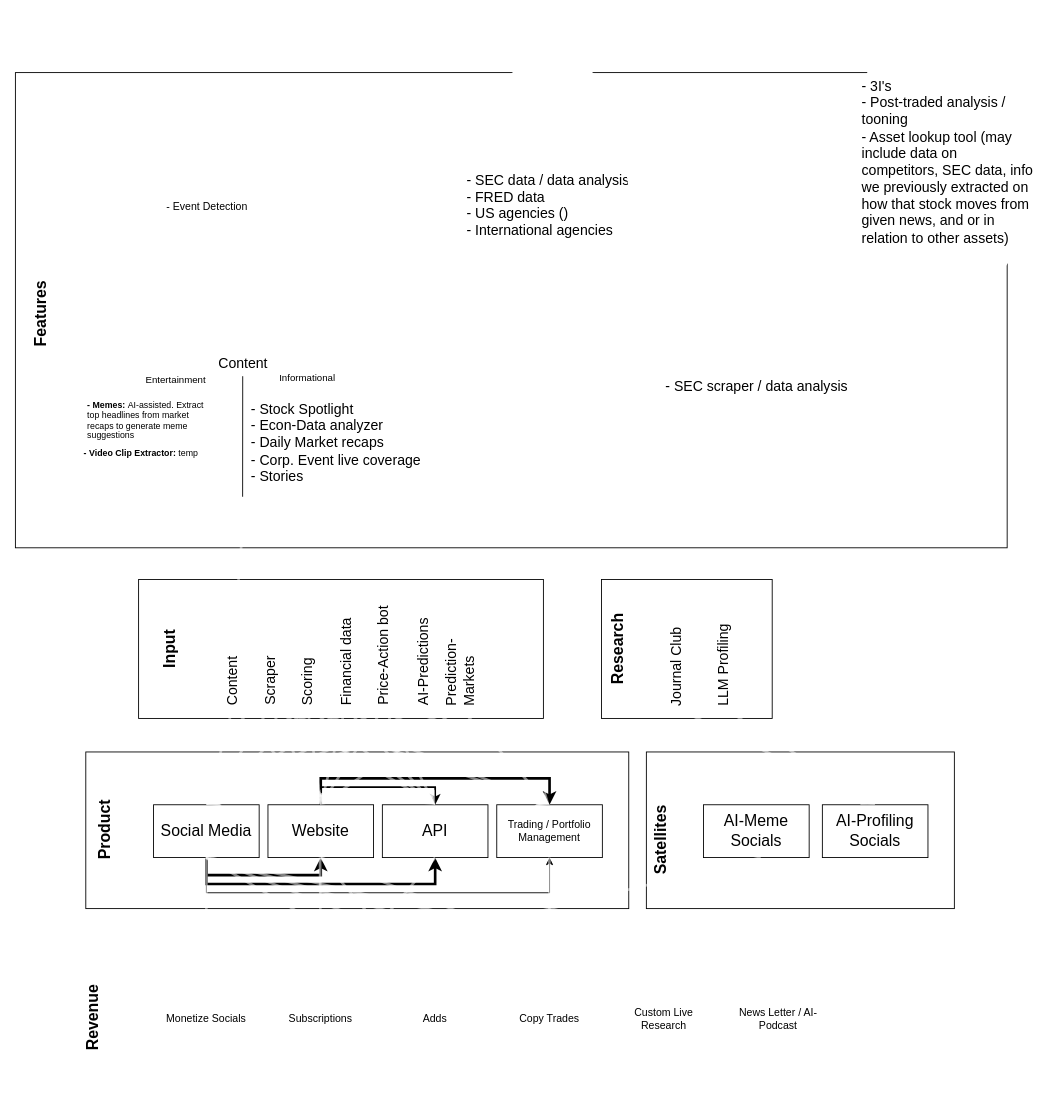
WillsHarris/Polaron_Claude_2024_contest keeps this draw.io diagram as Untitled Diagram.drawio. Above is the earlier version. Source tidied: cells renumbered, new cells numbered last; positions are measured from the earlier drawing's top-left corner, leaving out a move shared by most shapes. Both pictures are drawn from the tidied source at 88%, with x=0, y=0 at pixel (-191, 15).
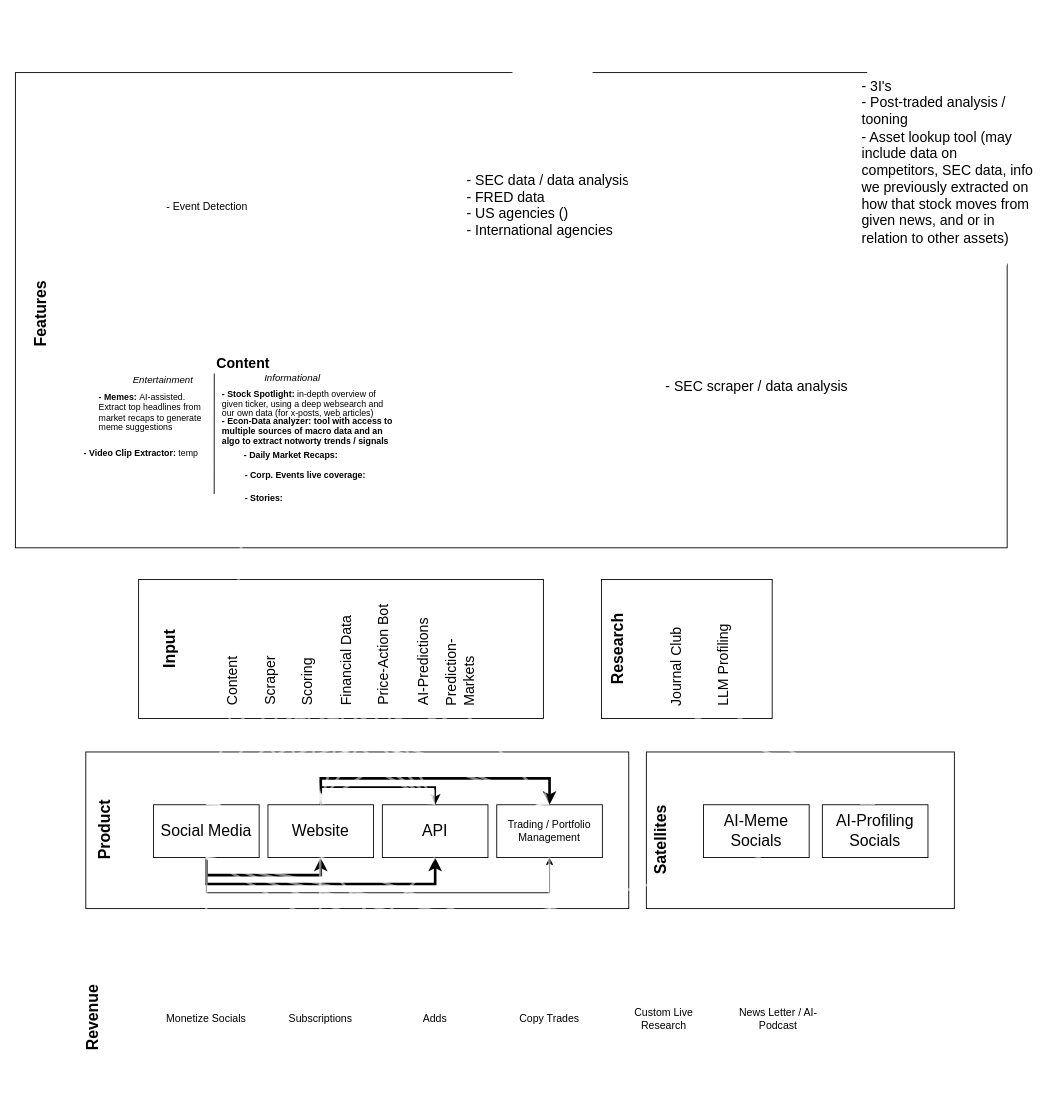
Above is the later version.

The edit, as a diff of the source:
```diff
@@
-    <mxCell id="30" value="&lt;div&gt;- Stock Spotlight&lt;/div&gt;&lt;div&gt;- Econ-Data analyzer&lt;/div&gt;&lt;div&gt;- Daily Market recaps&lt;/div&gt;&lt;div&gt;- Corp. Event live coverage&lt;/div&gt;&lt;div&gt;- Stories&lt;/div&gt;&lt;div&gt;&lt;br&gt;&lt;/div&gt;" style="text;html=1;whiteSpace=wrap;strokeColor=none;fillColor=none;align=left;verticalAlign=middle;rounded=0;rotation=0;strokeWidth=1;fontSize=16;" parent="1" vertex="1">
-      <mxGeometry x="500.2" y="450" width="201" height="90" as="geometry" />
-    </mxCell>
@@
-    <mxCell id="56" value="&lt;div align=&quot;left&quot;&gt;Financial data&lt;/div&gt;" style="text;html=1;whiteSpace=wrap;strokeColor=none;fillColor=none;align=left;verticalAlign=middle;rounded=0;rotation=270;strokeWidth=1;fontSize=16;fontColor=light-dark(#000000,#000000);" parent="1" vertex="1">
+    <mxCell id="56" value="&lt;div align=&quot;left&quot;&gt;Financial Data&lt;/div&gt;" style="text;html=1;whiteSpace=wrap;strokeColor=none;fillColor=none;align=left;verticalAlign=middle;rounded=0;rotation=270;strokeWidth=1;fontSize=16;fontColor=light-dark(#000000,#000000);" parent="1" vertex="1">
       <mxGeometry x="553.9" y="720" width="110.1" height="22.9" as="geometry" />
     </mxCell>
-    <mxCell id="57" value="Price-Action bot" style="text;html=1;whiteSpace=wrap;strokeColor=none;fillColor=none;align=left;verticalAlign=middle;rounded=0;rotation=270;strokeWidth=1;fontSize=16;fontColor=light-dark(#000000,#000000);" parent="1" vertex="1">
+    <mxCell id="57" value="Price-Action Bot" style="text;html=1;whiteSpace=wrap;strokeColor=none;fillColor=none;align=left;verticalAlign=middle;rounded=0;rotation=270;strokeWidth=1;fontSize=16;fontColor=light-dark(#000000,#000000);" parent="1" vertex="1">
       <mxGeometry x="575.7" y="698.2" width="153.6" height="22.9" as="geometry" />
     </mxCell>
@@
-    <mxCell id="83" value="&lt;div align=&quot;center&quot;&gt;&lt;div&gt;Content&lt;/div&gt;&lt;/div&gt;" style="text;html=1;whiteSpace=wrap;strokeColor=none;fillColor=none;align=center;verticalAlign=middle;rounded=0;rotation=0;strokeWidth=1;fontSize=16;fontColor=light-dark(#000000,#000000);" parent="1" vertex="1">
+    <mxCell id="83" value="&lt;div align=&quot;center&quot;&gt;&lt;div&gt;&lt;b&gt;Content&lt;/b&gt;&lt;/div&gt;&lt;/div&gt;" style="text;html=1;whiteSpace=wrap;strokeColor=none;fillColor=none;align=center;verticalAlign=middle;rounded=0;rotation=0;strokeWidth=1;fontSize=16;fontColor=light-dark(#000000,#000000);" parent="1" vertex="1">
       <mxGeometry x="442.5" y="384" width="100" height="22.9" as="geometry" />
     </mxCell>
-    <mxCell id="84" value="Entertainment" style="text;html=1;whiteSpace=wrap;strokeColor=none;fillColor=none;align=center;verticalAlign=middle;rounded=0;rotation=0;strokeWidth=1;fontSize=11;fontColor=light-dark(#000000,#000000);" parent="1" vertex="1">
-      <mxGeometry x="373" y="404" width="86.9" height="19.9" as="geometry" />
+    <mxCell id="84" value="&lt;i&gt;Entertainment&lt;/i&gt;" style="text;html=1;whiteSpace=wrap;strokeColor=none;fillColor=none;align=center;verticalAlign=middle;rounded=0;rotation=0;strokeWidth=1;fontSize=11;fontColor=light-dark(#000000,#000000);" parent="1" vertex="1">
+      <mxGeometry x="344" y="404" width="115.9" height="19.9" as="geometry" />
     </mxCell>
-    <mxCell id="85" value="Informational" style="text;html=1;whiteSpace=wrap;strokeColor=none;fillColor=none;align=center;verticalAlign=middle;rounded=0;rotation=0;strokeWidth=1;fontSize=11;fontColor=light-dark(#000000,#000000);" parent="1" vertex="1">
-      <mxGeometry x="516" y="401" width="100" height="22.9" as="geometry" />
+    <mxCell id="85" value="&lt;i&gt;Informational&lt;/i&gt;" style="text;html=1;whiteSpace=wrap;strokeColor=none;fillColor=none;align=center;verticalAlign=middle;rounded=0;rotation=0;strokeWidth=1;fontSize=11;fontColor=light-dark(#000000,#000000);" parent="1" vertex="1">
+      <mxGeometry x="464" y="401" width="170" height="22.9" as="geometry" />
     </mxCell>
@@
     <mxCell id="89" style="endArrow=none;html=1;rounded=0;entryX=0.998;entryY=0.056;entryDx=0;entryDy=0;entryPerimeter=0;strokeColor=light-dark(#000000,#000000);" parent="1" edge="1">
       <mxGeometry relative="1" as="geometry">
-        <mxPoint x="492.2" y="547" as="sourcePoint" />
-        <mxPoint x="492.3" y="410" as="targetPoint" />
+        <mxPoint x="459.9" y="543.9" as="sourcePoint" />
+        <mxPoint x="460" y="406.9" as="targetPoint" />
       </mxGeometry>
     </mxCell>
     <mxCell id="90" value="&lt;div style=&quot;line-height: 70%;&quot;&gt;&lt;div align=&quot;left&quot;&gt;&lt;font style=&quot;font-size: 10px; color: light-dark(rgb(0, 0, 0), rgb(0, 0, 0)); line-height: 70%;&quot;&gt;&lt;b&gt;- Memes:&lt;/b&gt;&amp;nbsp;&lt;font&gt;AI-assisted. Extract top headlines from market recaps to generate meme suggestions&lt;/font&gt;&lt;/font&gt;&lt;/div&gt;&lt;/div&gt;" style="text;html=1;whiteSpace=wrap;strokeColor=none;fillColor=none;align=left;verticalAlign=middle;rounded=0;rotation=0;strokeWidth=1;fontSize=16;" parent="1" vertex="1">
-      <mxGeometry x="314" y="425.2" width="136.1" height="66" as="geometry" />
+      <mxGeometry x="326.5" y="416" width="128" height="66" as="geometry" />
     </mxCell>
@@
+    <mxCell id="92" value="&lt;div style=&quot;line-height: 70%;&quot;&gt;&lt;div align=&quot;left&quot;&gt;&lt;font style=&quot;font-size: 10px; color: light-dark(rgb(0, 0, 0), rgb(0, 0, 0)); line-height: 70%;&quot;&gt;&lt;b&gt;-&amp;nbsp;&lt;/b&gt;&lt;font&gt;&lt;b&gt;Stock Spotlight: &lt;/b&gt;in-depth overview of given ticker, using a deep websearch and our own data (for x-posts, web articles)&lt;/font&gt;&lt;/font&gt;&lt;/div&gt;&lt;/div&gt;" style="text;html=1;whiteSpace=wrap;strokeColor=none;fillColor=none;align=left;verticalAlign=middle;rounded=0;rotation=0;strokeWidth=1;fontSize=16;" parent="1" vertex="1">
+      <mxGeometry x="467" y="425.2" width="197" height="28.1" as="geometry" />
+    </mxCell>
+    <mxCell id="93" value="&lt;div style=&quot;line-height: 70%;&quot;&gt;&lt;div align=&quot;left&quot;&gt;&lt;font style=&quot;font-size: 10px; color: light-dark(rgb(0, 0, 0), rgb(0, 0, 0)); line-height: 70%;&quot;&gt;&lt;b&gt;-&amp;nbsp;&lt;/b&gt;&lt;font&gt;&lt;b&gt;Econ-Data analyzer: tool with access to multiple sources of macro data and an algo to extract notworty trends / signals&amp;nbsp;&lt;/b&gt;&lt;/font&gt;&lt;/font&gt;&lt;/div&gt;&lt;/div&gt;" style="text;html=1;whiteSpace=wrap;strokeColor=none;fillColor=none;align=left;verticalAlign=middle;rounded=0;rotation=0;strokeWidth=1;fontSize=16;" parent="1" vertex="1">
+      <mxGeometry x="467" y="455.8" width="197" height="28.1" as="geometry" />
+    </mxCell>
+    <mxCell id="94" value="&lt;div style=&quot;line-height: 70%;&quot;&gt;&lt;div align=&quot;left&quot;&gt;&lt;font style=&quot;font-size: 10px; color: light-dark(rgb(0, 0, 0), rgb(0, 0, 0)); line-height: 70%;&quot;&gt;&lt;b&gt;- &lt;/b&gt;&lt;font&gt;&lt;b&gt;Daily Market Recaps:&amp;nbsp;&lt;/b&gt;&lt;/font&gt;&lt;/font&gt;&lt;/div&gt;&lt;/div&gt;" style="text;html=1;whiteSpace=wrap;strokeColor=none;fillColor=none;align=left;verticalAlign=middle;rounded=0;rotation=0;strokeWidth=1;fontSize=16;" parent="1" vertex="1">
+      <mxGeometry x="491.5" y="483.9" width="113" height="28.1" as="geometry" />
+    </mxCell>
+    <mxCell id="95" value="&lt;div style=&quot;line-height: 70%;&quot;&gt;&lt;div align=&quot;left&quot;&gt;&lt;font style=&quot;font-size: 10px; color: light-dark(rgb(0, 0, 0), rgb(0, 0, 0)); line-height: 70%;&quot;&gt;&lt;b&gt;- &lt;/b&gt;&lt;font&gt;&lt;b&gt;Corp. Events live coverage:&amp;nbsp;&lt;/b&gt;&lt;/font&gt;&lt;/font&gt;&lt;/div&gt;&lt;/div&gt;" style="text;html=1;whiteSpace=wrap;strokeColor=none;fillColor=none;align=left;verticalAlign=middle;rounded=0;rotation=0;strokeWidth=1;fontSize=16;" parent="1" vertex="1">
+      <mxGeometry x="493" y="506.2" width="158" height="28.1" as="geometry" />
+    </mxCell>
+    <mxCell id="96" value="&lt;div style=&quot;line-height: 70%;&quot;&gt;&lt;div align=&quot;left&quot;&gt;&lt;font style=&quot;font-size: 10px; color: light-dark(rgb(0, 0, 0), rgb(0, 0, 0)); line-height: 70%;&quot;&gt;&lt;b&gt;- &lt;/b&gt;&lt;font&gt;&lt;b&gt;Stories:&amp;nbsp;&lt;/b&gt;&lt;/font&gt;&lt;/font&gt;&lt;/div&gt;&lt;/div&gt;" style="text;html=1;whiteSpace=wrap;strokeColor=none;fillColor=none;align=left;verticalAlign=middle;rounded=0;rotation=0;strokeWidth=1;fontSize=16;" parent="1" vertex="1">
+      <mxGeometry x="493" y="531.9" width="158" height="28.1" as="geometry" />
+    </mxCell>
```
